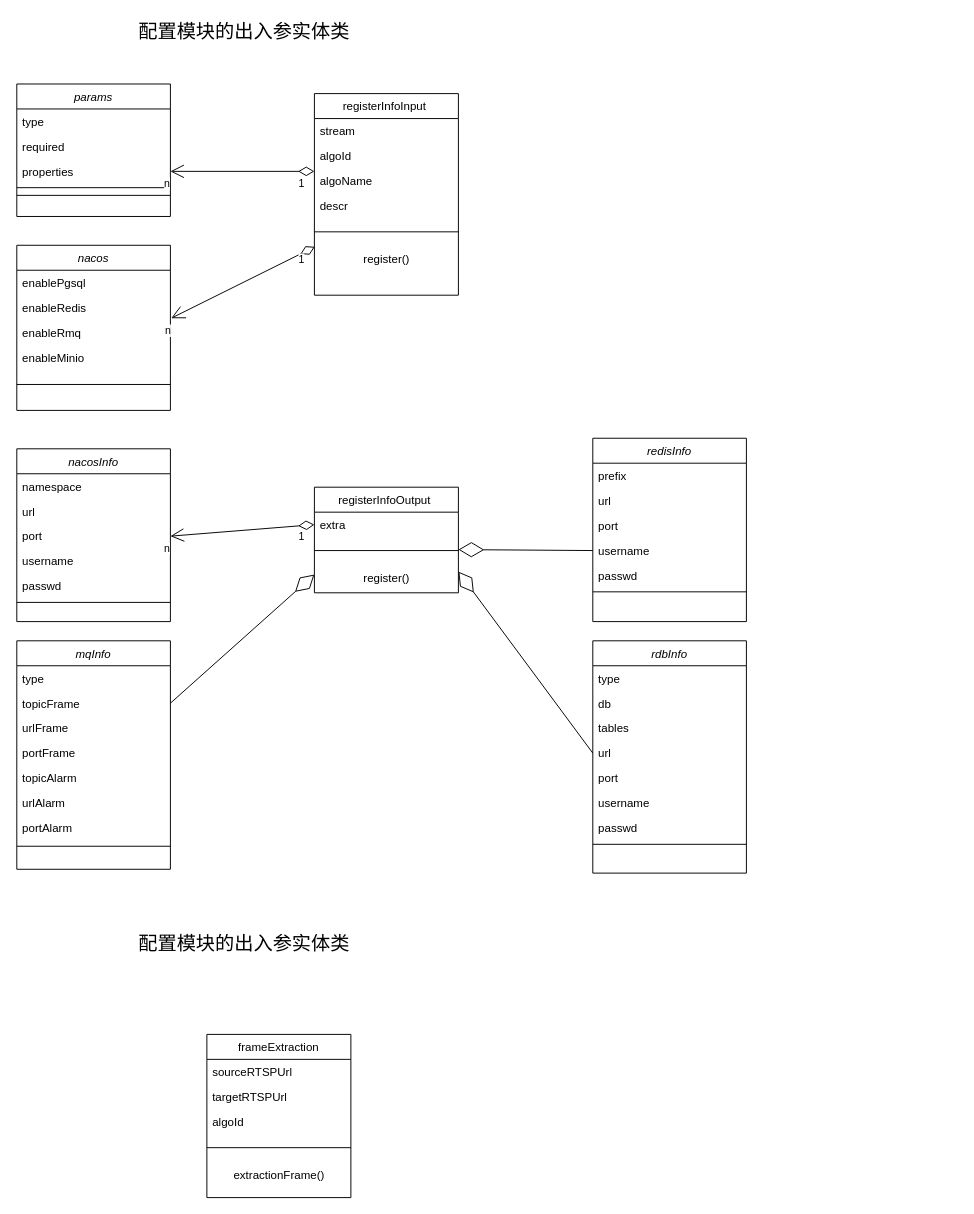
Earlier version of the draw.io diagram 类图.drawio (monster-46173/ProgramingPractice). Source tidied: cells renumbered, new cells numbered last; positions are measured from the earlier drawing's top-left corner, leaving out a move shared by most shapes. Both pictures are drawn from the tidied source at 96%, with x=0, y=0 at pixel (16, 16).
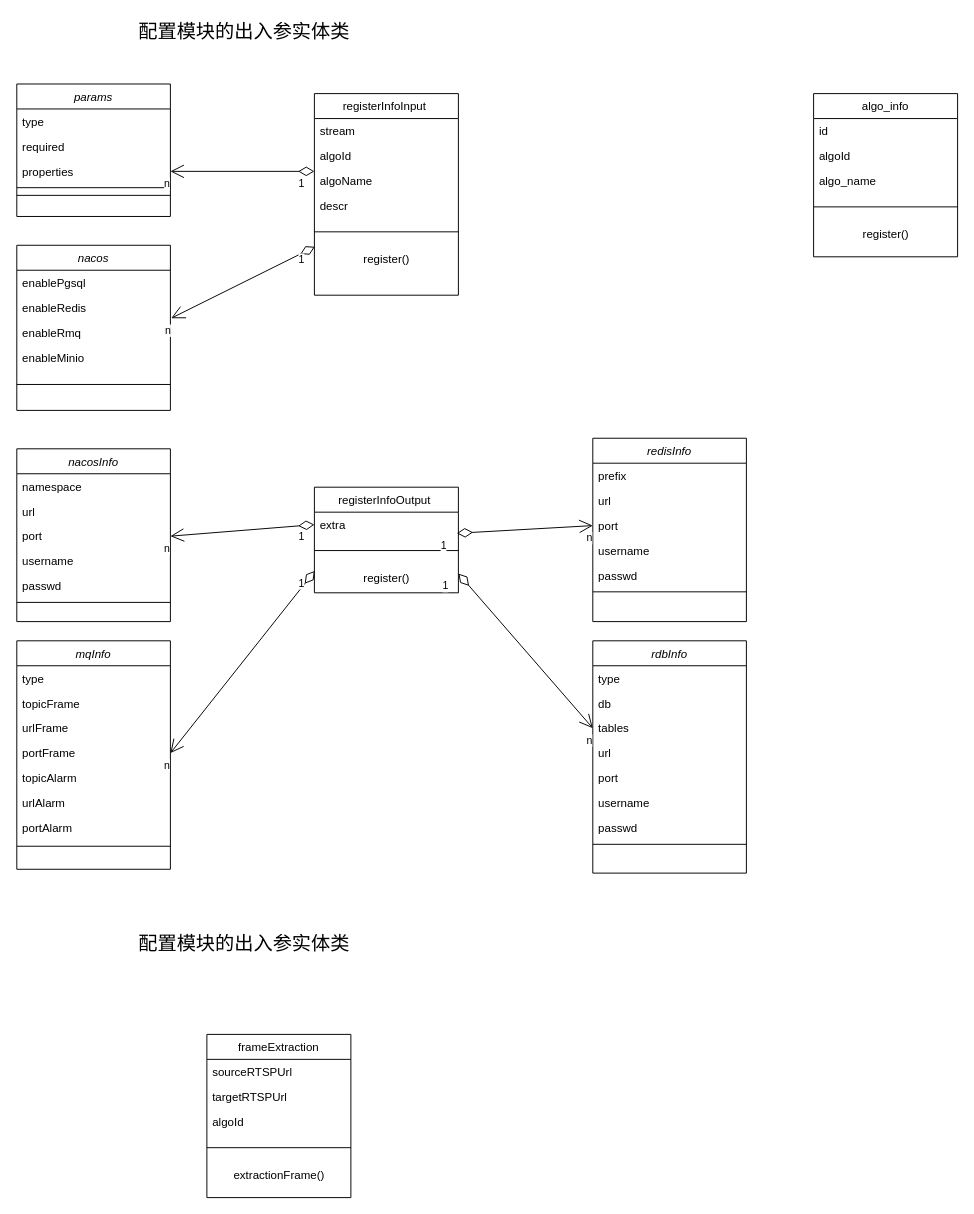
After the change.

The change refers to these unchanged cells:
```xml
<mxCell id="22" value="extra" style="text;align=left;verticalAlign=top;spacingLeft=4;spacingRight=4;overflow=hidden;points=[[0,0.5],[1,0.5]];portConstraint=eastwest;" parent="21" vertex="1">
  <mxGeometry y="26" width="150" height="26" as="geometry" />
</mxCell>
<mxCell id="24" value="register()" style="text;html=1;align=center;verticalAlign=middle;points=[];strokeColor=none;fillColor=none;" parent="21" vertex="1">
  <mxGeometry y="80" width="150" height="30" as="geometry" />
</mxCell>
<mxCell id="34" value="topicFrame" style="text;align=left;verticalAlign=top;spacingLeft=4;spacingRight=4;overflow=hidden;points=[[0,0.5],[1,0.5]];portConstraint=eastwest;rounded=0;shadow=0;html=0;" parent="32" vertex="1">
  <mxGeometry y="52" width="160" height="26" as="geometry" />
</mxCell>
<mxCell id="36" value="portFrame" style="text;align=left;verticalAlign=top;spacingLeft=4;spacingRight=4;overflow=hidden;points=[[0,0.5],[1,0.5]];portConstraint=eastwest;rounded=0;shadow=0;html=0;" parent="32" vertex="1">
  <mxGeometry y="104" width="160" height="26" as="geometry" />
</mxCell>
<mxCell id="45" value="port" style="text;align=left;verticalAlign=top;spacingLeft=4;spacingRight=4;overflow=hidden;points=[[0,0.5],[1,0.5]];portConstraint=eastwest;rounded=0;shadow=0;html=0;" parent="42" vertex="1">
  <mxGeometry y="78" width="160" height="26" as="geometry" />
</mxCell>
<mxCell id="46" value="username" style="text;align=left;verticalAlign=top;spacingLeft=4;spacingRight=4;overflow=hidden;points=[[0,0.5],[1,0.5]];portConstraint=eastwest;rounded=0;shadow=0;html=0;" parent="42" vertex="1">
  <mxGeometry y="104" width="160" height="26" as="geometry" />
</mxCell>
<mxCell id="53" value="tables" style="text;align=left;verticalAlign=top;spacingLeft=4;spacingRight=4;overflow=hidden;points=[[0,0.5],[1,0.5]];portConstraint=eastwest;rounded=0;shadow=0;html=0;" parent="50" vertex="1">
  <mxGeometry y="78" width="160" height="26" as="geometry" />
</mxCell>
<mxCell id="54" value="url" style="text;align=left;verticalAlign=top;spacingLeft=4;spacingRight=4;overflow=hidden;points=[[0,0.5],[1,0.5]];portConstraint=eastwest;rounded=0;shadow=0;html=0;" parent="50" vertex="1">
  <mxGeometry y="104" width="160" height="26" as="geometry" />
</mxCell>
```

Diff of the diagram source:
```diff
@@
-    <mxCell id="41" style="endArrow=diamondThin;endFill=0;endSize=24;html=1;rounded=0;exitX=1;exitY=0.5;exitDx=0;exitDy=0;entryX=0;entryY=0.5;entryDx=0;entryDy=0;" parent="1" edge="1" source="34">
-      <mxGeometry relative="1" as="geometry">
-        <mxPoint x="310" y="581" as="targetPoint" />
-      </mxGeometry>
-    </mxCell>
@@
-    <mxCell id="49" style="endArrow=diamondThin;endFill=0;endSize=24;html=1;rounded=0;exitX=0;exitY=0.5;exitDx=0;exitDy=0;entryX=1;entryY=0.5;entryDx=0;entryDy=0;" parent="1" edge="1" source="46">
-      <mxGeometry relative="1" as="geometry">
-        <mxPoint x="460" y="555" as="targetPoint" />
-      </mxGeometry>
-    </mxCell>
@@
-    <mxCell id="59" style="endArrow=diamondThin;endFill=0;endSize=24;html=1;rounded=0;exitX=0;exitY=0.5;exitDx=0;exitDy=0;entryX=1;entryY=0.5;entryDx=0;entryDy=0;" parent="1" edge="1" source="54">
-      <mxGeometry relative="1" as="geometry">
-        <mxPoint x="460" y="578" as="targetPoint" />
-      </mxGeometry>
-    </mxCell>
@@
+    <mxCell id="77" style="endArrow=open;html=1;endSize=12;startArrow=diamondThin;startSize=14;startFill=0;rounded=0;entryX=1;entryY=0.5;entryDx=0;entryDy=0;exitX=0.003;exitY=0.24;exitDx=0;exitDy=0;exitPerimeter=0;" parent="1" edge="1" source="24" target="36">
+      <mxGeometry relative="1" as="geometry" />
+    </mxCell>
+    <mxCell id="78" value="1" style="edgeLabel;html=1;align=left;verticalAlign=top;" parent="77" vertex="1">
+      <mxGeometry x="-1" relative="1" as="geometry">
+        <mxPoint x="-18" as="offset" />
+      </mxGeometry>
+    </mxCell>
+    <mxCell id="79" value="n" style="edgeLabel;html=1;align=right;verticalAlign=top;" parent="77" vertex="1">
+      <mxGeometry x="1" relative="1" as="geometry" />
+    </mxCell>
+    <mxCell id="80" style="endArrow=open;html=1;endSize=12;startArrow=diamondThin;startSize=14;startFill=0;rounded=0;entryX=0;entryY=0.5;entryDx=0;entryDy=0;exitX=0.989;exitY=0.846;exitDx=0;exitDy=0;exitPerimeter=0;" parent="1" edge="1" source="22" target="45">
+      <mxGeometry relative="1" as="geometry" />
+    </mxCell>
+    <mxCell id="81" value="1" style="edgeLabel;html=1;align=left;verticalAlign=top;" parent="80" vertex="1">
+      <mxGeometry x="-1" relative="1" as="geometry">
+        <mxPoint x="-18" as="offset" />
+      </mxGeometry>
+    </mxCell>
+    <mxCell id="82" value="n" style="edgeLabel;html=1;align=right;verticalAlign=top;" parent="80" vertex="1">
+      <mxGeometry x="1" relative="1" as="geometry" />
+    </mxCell>
+    <mxCell id="83" style="endArrow=open;html=1;endSize=12;startArrow=diamondThin;startSize=14;startFill=0;rounded=0;entryX=0;entryY=0.5;entryDx=0;entryDy=0;" parent="1" edge="1" target="53">
+      <mxGeometry relative="1" as="geometry">
+        <mxPoint x="460" y="580" as="sourcePoint" />
+      </mxGeometry>
+    </mxCell>
+    <mxCell id="84" value="1" style="edgeLabel;html=1;align=left;verticalAlign=top;" parent="83" vertex="1">
+      <mxGeometry x="-1" relative="1" as="geometry">
+        <mxPoint x="-18" as="offset" />
+      </mxGeometry>
+    </mxCell>
+    <mxCell id="85" value="n" style="edgeLabel;html=1;align=right;verticalAlign=top;" parent="83" vertex="1">
+      <mxGeometry x="1" relative="1" as="geometry" />
+    </mxCell>
+    <mxCell id="86" value="algo_info" style="swimlane;fontStyle=0;align=center;verticalAlign=top;horizontal=1;startSize=26;rounded=0;shadow=0;strokeWidth=1;" parent="1" vertex="1">
+      <mxGeometry x="830" y="80" width="150" height="170" as="geometry" />
+    </mxCell>
+    <mxCell id="87" value="id" style="text;align=left;verticalAlign=top;spacingLeft=4;spacingRight=4;overflow=hidden;" parent="86" vertex="1">
+      <mxGeometry y="26" width="150" height="26" as="geometry" />
+    </mxCell>
+    <mxCell id="88" value="algoId" style="text;align=left;verticalAlign=top;spacingLeft=4;spacingRight=4;overflow=hidden;rounded=0;shadow=0;html=0;" parent="86" vertex="1">
+      <mxGeometry y="52" width="150" height="26" as="geometry" />
+    </mxCell>
+    <mxCell id="89" value="algo_name&#10;" style="text;align=left;verticalAlign=top;spacingLeft=4;spacingRight=4;overflow=hidden;rounded=0;shadow=0;html=0;" parent="86" vertex="1">
+      <mxGeometry y="78" width="150" height="26" as="geometry" />
+    </mxCell>
+    <mxCell id="90" style="line;html=1;strokeWidth=1;align=left;verticalAlign=middle;spacingTop=-1;spacingLeft=3;spacingRight=3;labelPosition=right;" parent="86" vertex="1">
+      <mxGeometry y="104" width="150" height="28" as="geometry" />
+    </mxCell>
+    <mxCell id="91" value="register()" style="text;html=1;align=center;verticalAlign=middle;strokeColor=none;fillColor=none;" parent="86" vertex="1">
+      <mxGeometry y="132" width="150" height="30" as="geometry" />
+    </mxCell>
```
